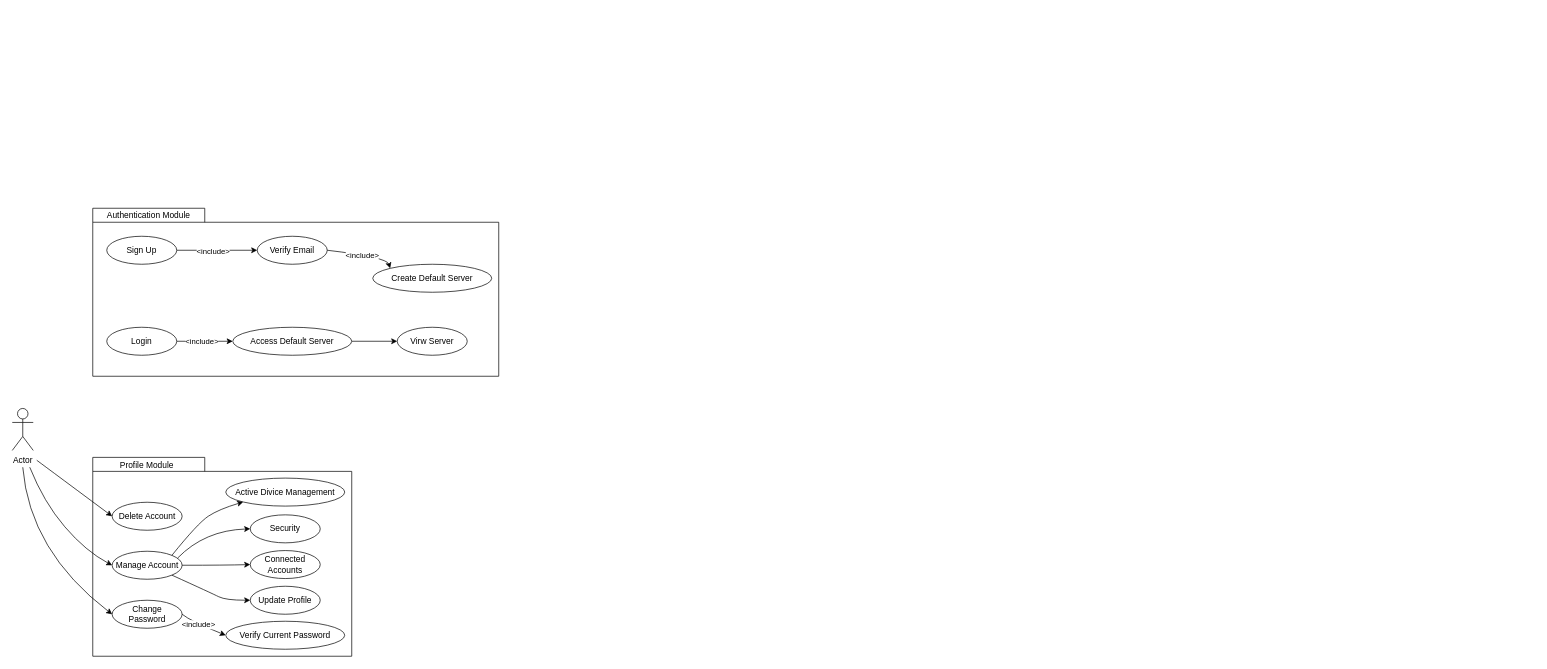
Above: Usecase Diagram/Untitled Diagram.drawio in Harshul1484/BMP- (draw.io), before the change. Source tidied: cells renumbered, new cells numbered last; positions are measured from the earlier drawing's top-left corner, leaving out a move shared by most shapes. Both pictures are drawn from the tidied source at 70%, with x=0, y=0 at pixel (12, 204).
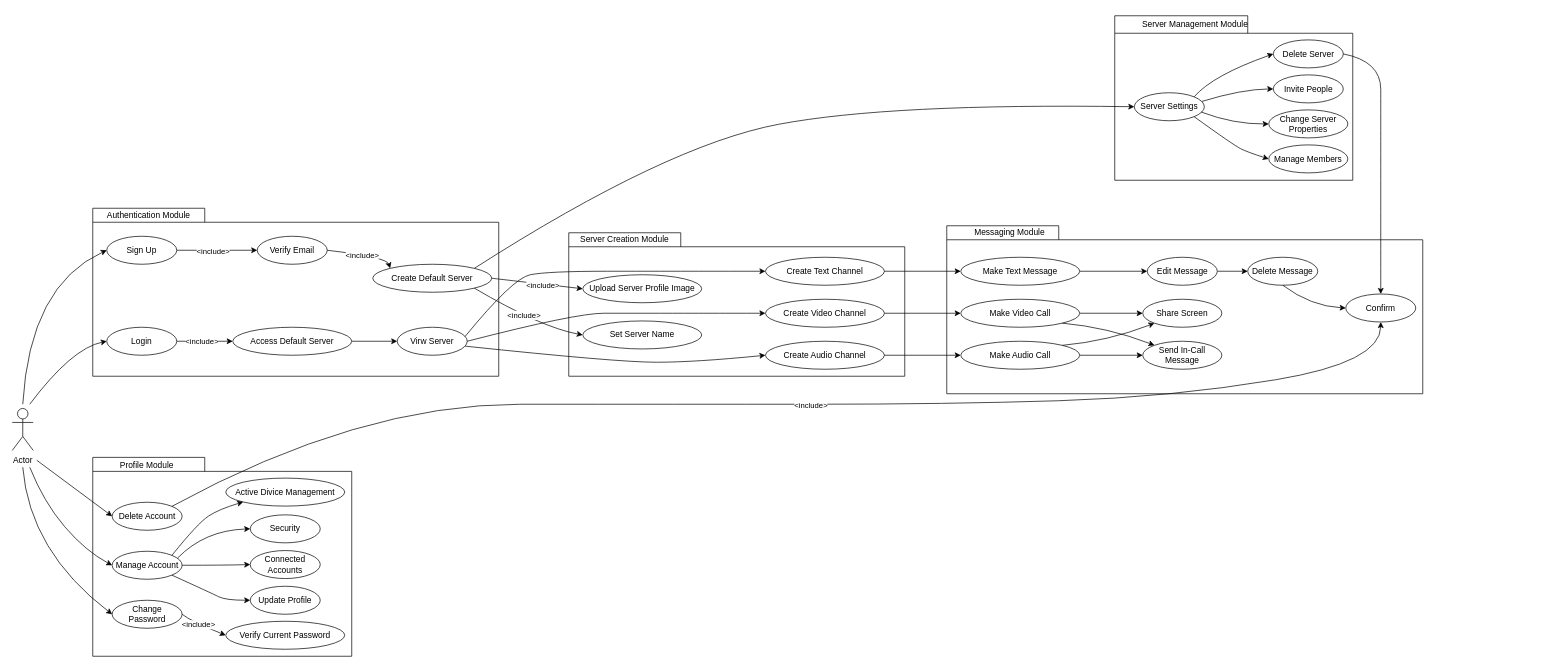
Above is the later version.

The change refers to these unchanged cells:
```xml
<mxCell id="8" value="Sign Up" style="ellipse;whiteSpace=wrap;html=1;align=center;" parent="1" vertex="1">
  <mxGeometry x="135" y="45" width="100" height="40" as="geometry" />
</mxCell>
<mxCell id="11" value="Login" style="ellipse;whiteSpace=wrap;html=1;align=center;" parent="1" vertex="1">
  <mxGeometry x="135" y="175" width="100" height="40" as="geometry" />
</mxCell>
<mxCell id="13" value="Create Default Server" style="ellipse;whiteSpace=wrap;html=1;align=center;" parent="1" vertex="1">
  <mxGeometry x="515" y="85" width="170" height="40" as="geometry" />
</mxCell>
<mxCell id="16" value="Virw Server" style="ellipse;whiteSpace=wrap;html=1;align=center;" parent="1" vertex="1">
  <mxGeometry x="550" y="175" width="100" height="40" as="geometry" />
</mxCell>
<mxCell id="25" value="Delete Account" style="ellipse;whiteSpace=wrap;html=1;align=center;" parent="19" vertex="1">
  <mxGeometry x="27.7" y="70" width="100" height="40" as="geometry" />
</mxCell>
```

What changed in the source:
```diff
@@
+    <mxCell id="39" style="curved=1;endArrow=classic;html=1;rounded=0;entryX=0;entryY=0.5;entryDx=0;entryDy=0;" parent="1" edge="1" target="8">
+      <mxGeometry relative="1" as="geometry">
+        <mxPoint x="15" y="285" as="sourcePoint" />
+        <Array as="points">
+          <mxPoint x="25" y="115" />
+        </Array>
+      </mxGeometry>
+    </mxCell>
+    <mxCell id="40" style="curved=1;endArrow=classic;html=1;rounded=0;entryX=0;entryY=0.5;entryDx=0;entryDy=0;" parent="1" edge="1" target="11">
+      <mxGeometry relative="1" as="geometry">
+        <mxPoint x="25" y="285" as="sourcePoint" />
+        <Array as="points">
+          <mxPoint x="85" y="205" />
+        </Array>
+      </mxGeometry>
+    </mxCell>
+    <mxCell id="41" style="group;" parent="1" vertex="1">
+      <mxGeometry x="795" y="35" width="580" height="245" as="geometry" />
+    </mxCell>
+    <mxCell id="42" style="shape=folder;fontStyle=1;spacingTop=10;tabWidth=160;tabHeight=20;tabPosition=left;html=1;whiteSpace=wrap;" parent="41" vertex="1">
+      <mxGeometry y="5" width="480" height="205" as="geometry" />
+    </mxCell>
+    <mxCell id="43" value="Server Creation Module" style="text;html=1;align=center;verticalAlign=middle;whiteSpace=wrap;rounded=0;" parent="41" vertex="1">
+      <mxGeometry x="10" width="140" height="30" as="geometry" />
+    </mxCell>
+    <mxCell id="44" value="Upload Server Profile Image" style="ellipse;whiteSpace=wrap;html=1;align=center;" parent="41" vertex="1">
+      <mxGeometry x="20" y="65" width="170" height="40" as="geometry" />
+    </mxCell>
+    <mxCell id="45" value="Create Text Channel" style="ellipse;whiteSpace=wrap;html=1;align=center;" parent="41" vertex="1">
+      <mxGeometry x="281" y="40" width="170" height="40" as="geometry" />
+    </mxCell>
+    <mxCell id="46" value="Create Video Channel" style="ellipse;whiteSpace=wrap;html=1;align=center;" parent="41" vertex="1">
+      <mxGeometry x="281" y="100" width="170" height="40" as="geometry" />
+    </mxCell>
+    <mxCell id="47" value="Create Audio Channel" style="ellipse;whiteSpace=wrap;html=1;align=center;" parent="41" vertex="1">
+      <mxGeometry x="281" y="160" width="170" height="40" as="geometry" />
+    </mxCell>
+    <mxCell id="48" value="Set Server Name" style="ellipse;whiteSpace=wrap;html=1;align=center;" parent="41" vertex="1">
+      <mxGeometry x="20" y="131" width="170" height="40" as="geometry" />
+    </mxCell>
+    <mxCell id="49" style="curved=1;endArrow=classic;html=1;rounded=0;exitX=1;exitY=0.5;exitDx=0;exitDy=0;entryX=0;entryY=0.5;entryDx=0;entryDy=0;" parent="1" edge="1" source="13" target="44">
+      <mxGeometry relative="1" as="geometry" />
+    </mxCell>
+    <mxCell id="50" value="&amp;lt;include&amp;gt;" style="edgeLabel;html=1;align=center;verticalAlign=middle;" parent="49" vertex="1">
+      <mxGeometry x="0.12" y="-1" relative="1" as="geometry" />
+    </mxCell>
+    <mxCell id="51" style="curved=1;endArrow=classic;html=1;rounded=0;exitX=1;exitY=1;exitDx=0;exitDy=0;entryX=0;entryY=0.5;entryDx=0;entryDy=0;" parent="1" edge="1" source="13" target="48">
+      <mxGeometry relative="1" as="geometry">
+        <Array as="points">
+          <mxPoint x="755" y="175" />
+        </Array>
+      </mxGeometry>
+    </mxCell>
+    <mxCell id="52" value="&amp;lt;include&amp;gt;" style="edgeLabel;html=1;align=center;verticalAlign=middle;" parent="51" vertex="1">
+      <mxGeometry x="-0.06" y="3" relative="1" as="geometry" />
+    </mxCell>
+    <mxCell id="53" style="curved=1;endArrow=classic;html=1;rounded=0;exitX=0.97;exitY=0.675;exitDx=0;exitDy=0;entryX=0;entryY=0.5;entryDx=0;entryDy=0;exitPerimeter=0;" parent="1" edge="1" source="16" target="47">
+      <mxGeometry relative="1" as="geometry">
+        <Array as="points">
+          <mxPoint x="865" y="225" />
+          <mxPoint x="975" y="225" />
+        </Array>
+      </mxGeometry>
+    </mxCell>
+    <mxCell id="54" style="curved=1;endArrow=classic;html=1;rounded=0;exitX=0.97;exitY=0.327;exitDx=0;exitDy=0;entryX=0;entryY=0.5;entryDx=0;entryDy=0;exitPerimeter=0;" parent="1" edge="1" source="16" target="45">
+      <mxGeometry relative="1" as="geometry">
+        <Array as="points">
+          <mxPoint x="715" y="105" />
+          <mxPoint x="765" y="95" />
+          <mxPoint x="935" y="95" />
+          <mxPoint x="1025" y="95" />
+        </Array>
+      </mxGeometry>
+    </mxCell>
+    <mxCell id="55" style="curved=1;endArrow=classic;html=1;rounded=0;exitX=1;exitY=0.5;exitDx=0;exitDy=0;entryX=0;entryY=0.5;entryDx=0;entryDy=0;" parent="1" edge="1" source="16" target="46">
+      <mxGeometry relative="1" as="geometry">
+        <Array as="points">
+          <mxPoint x="805" y="155" />
+          <mxPoint x="885" y="155" />
+          <mxPoint x="965" y="155" />
+          <mxPoint x="995" y="155" />
+          <mxPoint x="1025" y="155" />
+        </Array>
+      </mxGeometry>
+    </mxCell>
+    <mxCell id="56" style="group;" parent="1" vertex="1">
+      <mxGeometry x="1595" y="-275" width="580" height="245" as="geometry" />
+    </mxCell>
+    <mxCell id="57" style="shape=folder;fontStyle=1;spacingTop=10;tabWidth=190;tabHeight=25;tabPosition=left;html=1;whiteSpace=wrap;" parent="56" vertex="1">
+      <mxGeometry x="-20" y="5" width="340" height="235" as="geometry" />
+    </mxCell>
+    <mxCell id="58" value="Server Management Module" style="text;html=1;align=center;verticalAlign=middle;whiteSpace=wrap;rounded=0;" parent="56" vertex="1">
+      <mxGeometry x="10" y="3" width="170" height="30" as="geometry" />
+    </mxCell>
+    <mxCell id="59" value="Server Settings" style="ellipse;whiteSpace=wrap;html=1;align=center;" parent="56" vertex="1">
+      <mxGeometry x="8" y="115" width="100" height="40" as="geometry" />
+    </mxCell>
+    <mxCell id="60" value="Delete Server" style="ellipse;whiteSpace=wrap;html=1;align=center;" parent="56" vertex="1">
+      <mxGeometry x="206.5" y="39.5" width="100" height="40" as="geometry" />
+    </mxCell>
+    <mxCell id="61" value="Invite People" style="ellipse;whiteSpace=wrap;html=1;align=center;" parent="56" vertex="1">
+      <mxGeometry x="206.5" y="89.5" width="100" height="40" as="geometry" />
+    </mxCell>
+    <mxCell id="62" value="Change Server Properties" style="ellipse;whiteSpace=wrap;html=1;align=center;" parent="56" vertex="1">
+      <mxGeometry x="200" y="139.5" width="113" height="40" as="geometry" />
+    </mxCell>
+    <mxCell id="63" value="Manage Members" style="ellipse;whiteSpace=wrap;html=1;align=center;" parent="56" vertex="1">
+      <mxGeometry x="200" y="189.5" width="113" height="40" as="geometry" />
+    </mxCell>
+    <mxCell id="64" style="curved=1;endArrow=classic;html=1;rounded=0;entryX=0;entryY=0.5;entryDx=0;entryDy=0;exitX=1;exitY=0;exitDx=0;exitDy=0;" parent="56" edge="1" source="59" target="60">
+      <mxGeometry relative="1" as="geometry">
+        <Array as="points">
+          <mxPoint x="120" y="90" />
+        </Array>
+      </mxGeometry>
+    </mxCell>
+    <mxCell id="65" style="curved=1;endArrow=classic;html=1;rounded=0;entryX=0;entryY=0.5;entryDx=0;entryDy=0;exitX=1;exitY=1;exitDx=0;exitDy=0;" parent="56" edge="1" source="59" target="63">
+      <mxGeometry relative="1" as="geometry">
+        <Array as="points">
+          <mxPoint x="150" y="190" />
+          <mxPoint x="170" y="200" />
+        </Array>
+      </mxGeometry>
+    </mxCell>
+    <mxCell id="66" style="curved=1;endArrow=classic;html=1;rounded=0;entryX=0;entryY=0.5;entryDx=0;entryDy=0;exitX=0.959;exitY=0.693;exitDx=0;exitDy=0;exitPerimeter=0;" parent="56" edge="1" source="59" target="62">
+      <mxGeometry relative="1" as="geometry">
+        <Array as="points">
+          <mxPoint x="150" y="160" />
+        </Array>
+      </mxGeometry>
+    </mxCell>
+    <mxCell id="67" style="curved=1;endArrow=classic;html=1;rounded=0;entryX=0;entryY=0.5;entryDx=0;entryDy=0;exitX=0.965;exitY=0.31;exitDx=0;exitDy=0;exitPerimeter=0;" parent="56" edge="1" source="59" target="61">
+      <mxGeometry relative="1" as="geometry">
+        <Array as="points">
+          <mxPoint x="161" y="110" />
+        </Array>
+      </mxGeometry>
+    </mxCell>
+    <mxCell id="68" style="group;" parent="1" vertex="1">
+      <mxGeometry x="1345" y="25" width="670" height="245" as="geometry" />
+    </mxCell>
+    <mxCell id="69" style="shape=folder;fontStyle=1;spacingTop=10;tabWidth=160;tabHeight=20;tabPosition=left;html=1;whiteSpace=wrap;" parent="68" vertex="1">
+      <mxGeometry x="-10" y="5" width="680" height="240" as="geometry" />
+    </mxCell>
+    <mxCell id="70" value="Messaging Module" style="text;html=1;align=center;verticalAlign=middle;whiteSpace=wrap;rounded=0;" parent="68" vertex="1">
+      <mxGeometry x="10" width="140" height="30" as="geometry" />
+    </mxCell>
+    <mxCell id="71" style="edgeStyle=orthogonalEdgeStyle;rounded=0;jettySize=auto;html=1;exitX=1;exitY=0.5;exitDx=0;exitDy=0;entryX=0;entryY=0.5;entryDx=0;entryDy=0;" parent="68" edge="1" source="72" target="78">
+      <mxGeometry relative="1" as="geometry" />
+    </mxCell>
+    <mxCell id="72" value="Make Text Message" style="ellipse;whiteSpace=wrap;html=1;align=center;" parent="68" vertex="1">
+      <mxGeometry x="10" y="50" width="170" height="40" as="geometry" />
+    </mxCell>
+    <mxCell id="73" style="edgeStyle=orthogonalEdgeStyle;rounded=0;jettySize=auto;html=1;exitX=1;exitY=0.5;exitDx=0;exitDy=0;entryX=0;entryY=0.5;entryDx=0;entryDy=0;" parent="68" edge="1" source="74" target="79">
+      <mxGeometry relative="1" as="geometry" />
+    </mxCell>
+    <mxCell id="74" value="Make Video Call" style="ellipse;whiteSpace=wrap;html=1;align=center;" parent="68" vertex="1">
+      <mxGeometry x="10" y="110" width="170" height="40" as="geometry" />
+    </mxCell>
+    <mxCell id="75" style="edgeStyle=orthogonalEdgeStyle;rounded=0;jettySize=auto;html=1;exitX=1;exitY=0.5;exitDx=0;exitDy=0;entryX=0;entryY=0.5;entryDx=0;entryDy=0;" parent="68" edge="1" source="76" target="80">
+      <mxGeometry relative="1" as="geometry" />
+    </mxCell>
+    <mxCell id="76" value="Make Audio Call" style="ellipse;whiteSpace=wrap;html=1;align=center;" parent="68" vertex="1">
+      <mxGeometry x="10" y="170" width="170" height="40" as="geometry" />
+    </mxCell>
+    <mxCell id="77" style="edgeStyle=orthogonalEdgeStyle;rounded=0;jettySize=auto;html=1;exitX=1;exitY=0.5;exitDx=0;exitDy=0;entryX=0;entryY=0.5;entryDx=0;entryDy=0;" parent="68" edge="1" source="78" target="83">
+      <mxGeometry relative="1" as="geometry" />
+    </mxCell>
+    <mxCell id="78" value="Edit Message" style="ellipse;whiteSpace=wrap;html=1;align=center;" parent="68" vertex="1">
+      <mxGeometry x="276.5" y="50" width="100" height="40" as="geometry" />
+    </mxCell>
+    <mxCell id="79" value="Share Screen" style="ellipse;whiteSpace=wrap;html=1;align=center;" parent="68" vertex="1">
+      <mxGeometry x="270" y="110" width="113" height="40" as="geometry" />
+    </mxCell>
+    <mxCell id="80" value="Send In-Call Message" style="ellipse;whiteSpace=wrap;html=1;align=center;" parent="68" vertex="1">
+      <mxGeometry x="270" y="170" width="113" height="40" as="geometry" />
+    </mxCell>
+    <mxCell id="81" style="curved=1;endArrow=classic;html=1;rounded=0;exitX=1;exitY=0;exitDx=0;exitDy=0;entryX=0;entryY=1;entryDx=0;entryDy=0;" parent="68" edge="1" source="76" target="79">
+      <mxGeometry relative="1" as="geometry">
+        <Array as="points">
+          <mxPoint x="220" y="170" />
+        </Array>
+      </mxGeometry>
+    </mxCell>
+    <mxCell id="82" style="curved=1;endArrow=classic;html=1;rounded=0;exitX=1;exitY=1;exitDx=0;exitDy=0;entryX=0;entryY=0;entryDx=0;entryDy=0;" parent="68" edge="1" source="74" target="80">
+      <mxGeometry relative="1" as="geometry">
+        <Array as="points">
+          <mxPoint x="220" y="150" />
+        </Array>
+      </mxGeometry>
+    </mxCell>
+    <mxCell id="83" value="Delete Message" style="ellipse;whiteSpace=wrap;html=1;align=center;" parent="68" vertex="1">
+      <mxGeometry x="420" y="50" width="100" height="40" as="geometry" />
+    </mxCell>
+    <mxCell id="84" value="Confirm" style="ellipse;whiteSpace=wrap;html=1;align=center;" parent="68" vertex="1">
+      <mxGeometry x="560" y="102.5" width="100" height="40" as="geometry" />
+    </mxCell>
+    <mxCell id="85" style="curved=1;endArrow=classic;html=1;rounded=0;exitX=0.5;exitY=1;exitDx=0;exitDy=0;entryX=0;entryY=0.5;entryDx=0;entryDy=0;" parent="68" edge="1" source="83" target="84">
+      <mxGeometry relative="1" as="geometry">
+        <Array as="points">
+          <mxPoint x="510" y="120" />
+        </Array>
+      </mxGeometry>
+    </mxCell>
+    <mxCell id="86" style="edgeStyle=orthogonalEdgeStyle;rounded=0;jettySize=auto;html=1;exitX=1;exitY=0.5;exitDx=0;exitDy=0;entryX=0;entryY=0.5;entryDx=0;entryDy=0;" parent="1" edge="1" source="45" target="72">
+      <mxGeometry relative="1" as="geometry" />
+    </mxCell>
+    <mxCell id="87" style="edgeStyle=orthogonalEdgeStyle;rounded=0;jettySize=auto;html=1;exitX=1;exitY=0.5;exitDx=0;exitDy=0;entryX=0;entryY=0.5;entryDx=0;entryDy=0;" parent="1" edge="1" source="46" target="74">
+      <mxGeometry relative="1" as="geometry" />
+    </mxCell>
+    <mxCell id="88" style="edgeStyle=orthogonalEdgeStyle;rounded=0;jettySize=auto;html=1;exitX=1;exitY=0.5;exitDx=0;exitDy=0;entryX=0;entryY=0.5;entryDx=0;entryDy=0;" parent="1" edge="1" source="47" target="76">
+      <mxGeometry relative="1" as="geometry" />
+    </mxCell>
+    <mxCell id="89" style="curved=1;endArrow=classic;html=1;rounded=0;exitX=1;exitY=0;exitDx=0;exitDy=0;entryX=0.5;entryY=1;entryDx=0;entryDy=0;" parent="1" edge="1" source="25" target="84">
+      <mxGeometry relative="1" as="geometry">
+        <Array as="points">
+          <mxPoint x="495" y="285" />
+          <mxPoint x="955" y="285" />
+          <mxPoint x="1335" y="285" />
+          <mxPoint x="1655" y="275" />
+          <mxPoint x="1955" y="225" />
+        </Array>
+      </mxGeometry>
+    </mxCell>
+    <mxCell id="90" value="&amp;lt;include&amp;gt;" style="edgeLabel;html=1;align=center;verticalAlign=middle;" parent="89" vertex="1">
+      <mxGeometry x="0.04" y="-1" relative="1" as="geometry" />
+    </mxCell>
+    <mxCell id="91" style="curved=1;endArrow=classic;html=1;rounded=0;exitX=1;exitY=0;exitDx=0;exitDy=0;entryX=0;entryY=0.5;entryDx=0;entryDy=0;" parent="1" edge="1" source="13" target="59">
+      <mxGeometry relative="1" as="geometry">
+        <Array as="points">
+          <mxPoint x="935" y="-85" />
+          <mxPoint x="1255" y="-145" />
+        </Array>
+      </mxGeometry>
+    </mxCell>
+    <mxCell id="92" style="curved=1;endArrow=classic;html=1;rounded=0;exitX=1;exitY=0.5;exitDx=0;exitDy=0;entryX=0.5;entryY=0;entryDx=0;entryDy=0;" parent="1" edge="1" source="60" target="84">
+      <mxGeometry relative="1" as="geometry">
+        <Array as="points">
+          <mxPoint x="1955" y="-205" />
+          <mxPoint x="1955" y="-125" />
+        </Array>
+      </mxGeometry>
+    </mxCell>
```
